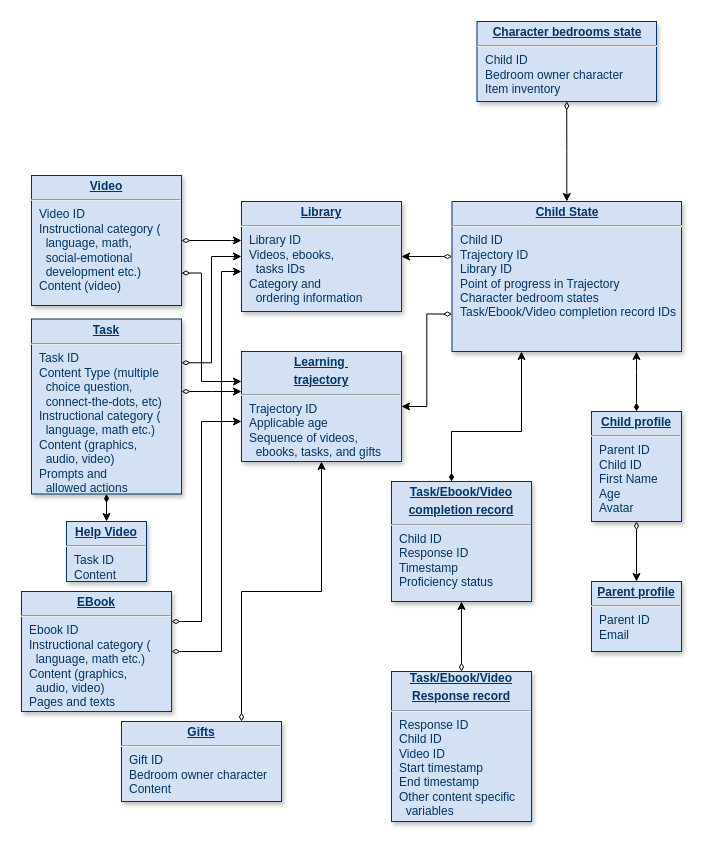
henrishi/drawio keeps this draw.io diagram as khan_kids_schema.drawio. Above is the earlier version. Source tidied: cells renumbered, new cells numbered last; positions are measured from the earlier drawing's top-left corner, leaving out a move shared by most shapes. Both pictures are drawn from the tidied source at 100%, with x=0, y=0 at pixel (21, 21).
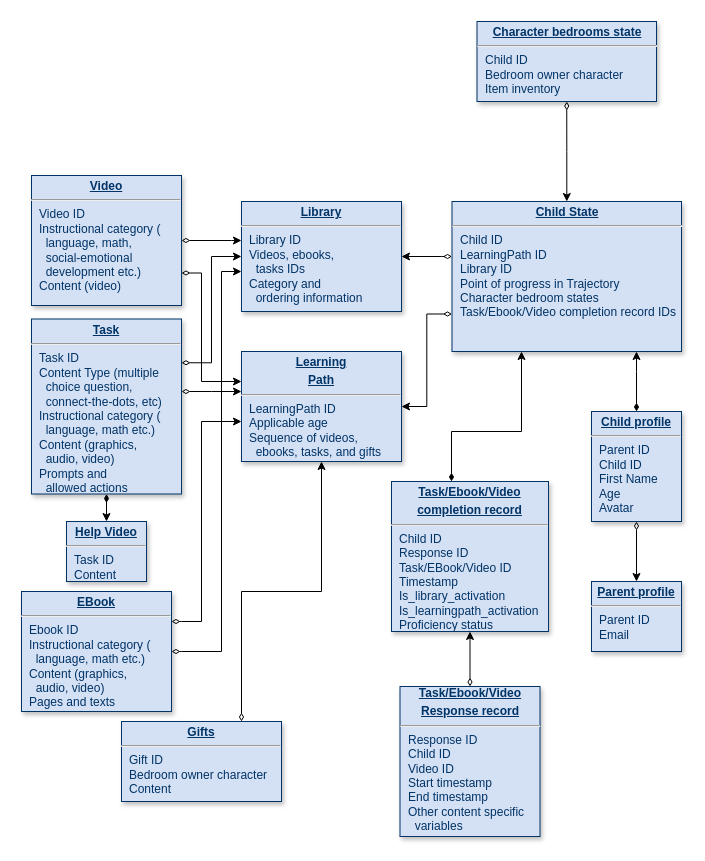
The same diagram, later.

Diff of the diagram source:
```diff
@@
-    <mxCell id="7" value="&lt;p style=&quot;margin: 0px ; margin-top: 4px ; text-align: center ; text-decoration: underline&quot;&gt;&lt;b&gt;Child State&lt;/b&gt;&lt;/p&gt;&lt;hr&gt;&lt;p style=&quot;margin: 0px ; margin-left: 8px&quot;&gt;Child ID&lt;/p&gt;&lt;p style=&quot;margin: 0px ; margin-left: 8px&quot;&gt;Trajectory ID&lt;/p&gt;&lt;p style=&quot;margin: 0px ; margin-left: 8px&quot;&gt;Library ID&lt;/p&gt;&lt;p style=&quot;margin: 0px ; margin-left: 8px&quot;&gt;Point of progress in Trajectory&lt;/p&gt;&lt;p style=&quot;margin: 0px ; margin-left: 8px&quot;&gt;Character bedroom states&lt;/p&gt;&lt;p style=&quot;margin: 0px ; margin-left: 8px&quot;&gt;Task/Ebook/Video completion record IDs&lt;/p&gt;&lt;p style=&quot;margin: 0px ; margin-left: 8px&quot;&gt;&lt;br&gt;&lt;/p&gt;" style="verticalAlign=top;align=left;overflow=fill;fontSize=12;fontFamily=Helvetica;html=1;strokeColor=#003366;shadow=1;fillColor=#D4E1F5;fontColor=#003366;" parent="1" vertex="1">
+    <mxCell id="7" value="&lt;p style=&quot;margin: 0px ; margin-top: 4px ; text-align: center ; text-decoration: underline&quot;&gt;&lt;b&gt;Child State&lt;/b&gt;&lt;/p&gt;&lt;hr&gt;&lt;p style=&quot;margin: 0px ; margin-left: 8px&quot;&gt;Child ID&lt;/p&gt;&lt;p style=&quot;margin: 0px ; margin-left: 8px&quot;&gt;LearningPath ID&lt;/p&gt;&lt;p style=&quot;margin: 0px ; margin-left: 8px&quot;&gt;Library ID&lt;/p&gt;&lt;p style=&quot;margin: 0px ; margin-left: 8px&quot;&gt;Point of progress in Trajectory&lt;/p&gt;&lt;p style=&quot;margin: 0px ; margin-left: 8px&quot;&gt;Character bedroom states&lt;/p&gt;&lt;p style=&quot;margin: 0px ; margin-left: 8px&quot;&gt;Task/Ebook/Video completion record IDs&lt;/p&gt;&lt;p style=&quot;margin: 0px ; margin-left: 8px&quot;&gt;&lt;br&gt;&lt;/p&gt;" style="verticalAlign=top;align=left;overflow=fill;fontSize=12;fontFamily=Helvetica;html=1;strokeColor=#003366;shadow=1;fillColor=#D4E1F5;fontColor=#003366;" parent="1" vertex="1">
       <mxGeometry x="430.5" y="180" width="229.5" height="150" as="geometry" />
     </mxCell>
@@
-    <mxCell id="15" value="&lt;p style=&quot;margin: 4px 0px 0px ; text-align: center&quot;&gt;&lt;b&gt;&lt;u&gt;Learning&amp;nbsp;&lt;/u&gt;&lt;/b&gt;&lt;/p&gt;&lt;p style=&quot;margin: 4px 0px 0px ; text-align: center&quot;&gt;&lt;b&gt;&lt;u&gt;trajectory&lt;/u&gt;&lt;/b&gt;&lt;/p&gt;&lt;hr&gt;&lt;p style=&quot;margin: 0px ; margin-left: 8px&quot;&gt;Trajectory ID&lt;/p&gt;&lt;p style=&quot;margin: 0px ; margin-left: 8px&quot;&gt;Applicable age&lt;/p&gt;&lt;p style=&quot;margin: 0px ; margin-left: 8px&quot;&gt;Sequence of videos,&amp;nbsp;&lt;/p&gt;&lt;p style=&quot;margin: 0px ; margin-left: 8px&quot;&gt;&lt;span&gt;&amp;nbsp; ebooks, tasks, and gifts&lt;/span&gt;&lt;/p&gt;&lt;p style=&quot;margin: 0px ; margin-left: 8px&quot;&gt;&lt;br&gt;&lt;/p&gt;&lt;div&gt;&lt;br&gt;&lt;/div&gt;" style="verticalAlign=top;align=left;overflow=fill;fontSize=12;fontFamily=Helvetica;html=1;strokeColor=#003366;shadow=1;fillColor=#D4E1F5;fontColor=#003366;" parent="1" vertex="1">
+    <mxCell id="15" value="&lt;p style=&quot;margin: 4px 0px 0px ; text-align: center&quot;&gt;&lt;b&gt;&lt;u&gt;Learning&lt;/u&gt;&lt;/b&gt;&lt;/p&gt;&lt;p style=&quot;margin: 4px 0px 0px ; text-align: center&quot;&gt;&lt;b&gt;&lt;u&gt;Path&lt;/u&gt;&lt;/b&gt;&lt;/p&gt;&lt;hr&gt;&lt;p style=&quot;margin: 0px 0px 0px 8px&quot;&gt;LearningPath ID&lt;/p&gt;&lt;p style=&quot;margin: 0px ; margin-left: 8px&quot;&gt;&lt;span&gt;Applicable age&lt;/span&gt;&lt;br&gt;&lt;/p&gt;&lt;p style=&quot;margin: 0px ; margin-left: 8px&quot;&gt;Sequence of videos,&amp;nbsp;&lt;/p&gt;&lt;p style=&quot;margin: 0px ; margin-left: 8px&quot;&gt;&lt;span&gt;&amp;nbsp; ebooks, tasks, and gifts&lt;/span&gt;&lt;/p&gt;&lt;p style=&quot;margin: 0px ; margin-left: 8px&quot;&gt;&lt;br&gt;&lt;/p&gt;&lt;div&gt;&lt;br&gt;&lt;/div&gt;" style="verticalAlign=top;align=left;overflow=fill;fontSize=12;fontFamily=Helvetica;html=1;strokeColor=#003366;shadow=1;fillColor=#D4E1F5;fontColor=#003366;" parent="1" vertex="1">
       <mxGeometry x="220" y="330" width="160" height="110" as="geometry" />
     </mxCell>
@@
-    <mxCell id="19" value="&lt;p style=&quot;margin: 4px 0px 0px ; text-align: center&quot;&gt;&lt;b&gt;&lt;u&gt;Task/Ebook/Video&lt;/u&gt;&lt;/b&gt;&lt;/p&gt;&lt;p style=&quot;margin: 4px 0px 0px ; text-align: center&quot;&gt;&lt;b&gt;&lt;u&gt;completion record&lt;/u&gt;&lt;/b&gt;&lt;/p&gt;&lt;hr&gt;&lt;p style=&quot;margin: 0px ; margin-left: 8px&quot;&gt;Child ID&lt;/p&gt;&lt;p style=&quot;margin: 0px ; margin-left: 8px&quot;&gt;Response ID&lt;/p&gt;&lt;p style=&quot;margin: 0px ; margin-left: 8px&quot;&gt;Timestamp&lt;/p&gt;&lt;p style=&quot;margin: 0px ; margin-left: 8px&quot;&gt;Proficiency status&lt;/p&gt;&lt;div&gt;&lt;br&gt;&lt;/div&gt;" style="verticalAlign=top;align=left;overflow=fill;fontSize=12;fontFamily=Helvetica;html=1;strokeColor=#003366;shadow=1;fillColor=#D4E1F5;fontColor=#003366;" parent="1" vertex="1">
-      <mxGeometry x="370" y="460" width="140" height="120" as="geometry" />
+    <mxCell id="19" value="&lt;p style=&quot;margin: 4px 0px 0px ; text-align: center&quot;&gt;&lt;b&gt;&lt;u&gt;Task/Ebook/Video&lt;/u&gt;&lt;/b&gt;&lt;/p&gt;&lt;p style=&quot;margin: 4px 0px 0px ; text-align: center&quot;&gt;&lt;b&gt;&lt;u&gt;completion record&lt;/u&gt;&lt;/b&gt;&lt;/p&gt;&lt;hr&gt;&lt;p style=&quot;margin: 0px ; margin-left: 8px&quot;&gt;Child ID&lt;/p&gt;&lt;p style=&quot;margin: 0px ; margin-left: 8px&quot;&gt;Response ID&lt;/p&gt;&lt;p style=&quot;margin: 0px 0px 0px 8px&quot;&gt;Task/EBook/Video ID&lt;/p&gt;&lt;p style=&quot;margin: 0px 0px 0px 8px&quot;&gt;Timestamp&lt;/p&gt;&lt;p style=&quot;margin: 0px 0px 0px 8px&quot;&gt;Is_library_activation&lt;/p&gt;&lt;p style=&quot;margin: 0px 0px 0px 8px&quot;&gt;Is_learningpath_activation&lt;/p&gt;&lt;p style=&quot;margin: 0px 0px 0px 8px&quot;&gt;Proficiency status&lt;/p&gt;&lt;div&gt;&lt;br&gt;&lt;/div&gt;" style="verticalAlign=top;align=left;overflow=fill;fontSize=12;fontFamily=Helvetica;html=1;strokeColor=#003366;shadow=1;fillColor=#D4E1F5;fontColor=#003366;" parent="1" vertex="1">
+      <mxGeometry x="370" y="460" width="157" height="150" as="geometry" />
     </mxCell>
@@
     <mxCell id="25" value="&lt;div style=&quot;text-align: center&quot;&gt;&lt;b&gt;&lt;u&gt;Task/Ebook/Video&lt;/u&gt;&lt;/b&gt;&lt;/div&gt;&lt;p style=&quot;margin: 4px 0px 0px ; text-align: center&quot;&gt;&lt;b&gt;&lt;u&gt;Response record&lt;/u&gt;&lt;/b&gt;&lt;br&gt;&lt;/p&gt;&lt;hr&gt;&lt;p style=&quot;margin: 0px ; margin-left: 8px&quot;&gt;Response ID&lt;/p&gt;&lt;p style=&quot;margin: 0px ; margin-left: 8px&quot;&gt;Child ID&lt;/p&gt;&lt;p style=&quot;margin: 0px ; margin-left: 8px&quot;&gt;Video ID&lt;/p&gt;&lt;p style=&quot;margin: 0px ; margin-left: 8px&quot;&gt;Start timestamp&lt;/p&gt;&lt;p style=&quot;margin: 0px ; margin-left: 8px&quot;&gt;End timestamp&lt;/p&gt;&lt;p style=&quot;margin: 0px ; margin-left: 8px&quot;&gt;&lt;span&gt;Other content specific&lt;/span&gt;&lt;/p&gt;&lt;p style=&quot;margin: 0px ; margin-left: 8px&quot;&gt;&lt;span&gt;&amp;nbsp; variables&lt;/span&gt;&lt;/p&gt;&lt;div&gt;&lt;br&gt;&lt;/div&gt;" style="verticalAlign=top;align=left;overflow=fill;fontSize=12;fontFamily=Helvetica;html=1;strokeColor=#003366;shadow=1;fillColor=#D4E1F5;fontColor=#003366;" parent="1" vertex="1">
-      <mxGeometry x="370" y="650" width="140" height="150" as="geometry" />
+      <mxGeometry x="378.5" y="665" width="140" height="150" as="geometry" />
     </mxCell>
```
